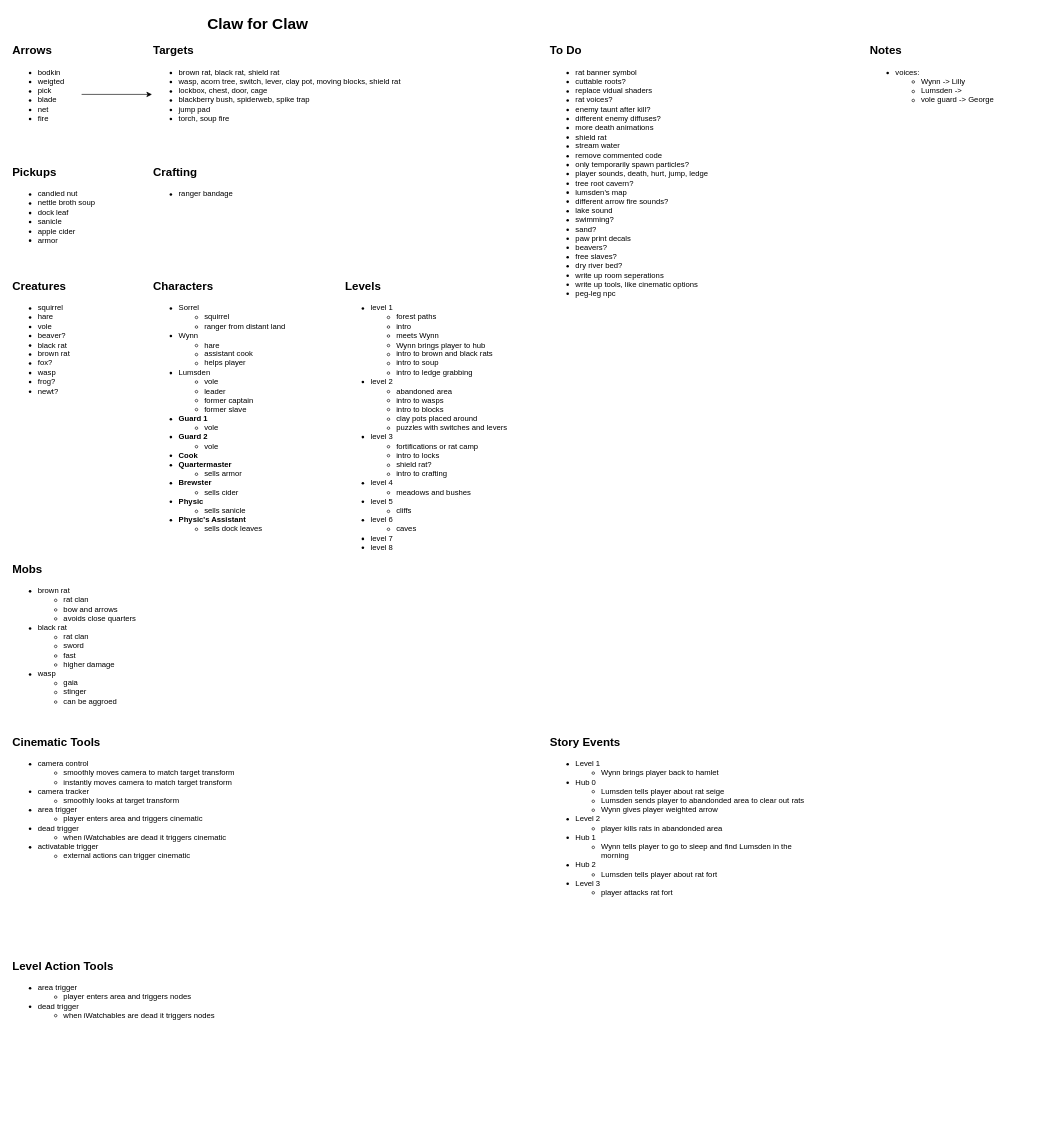
Earlier version of the draw.io diagram Planning/design-doc.drawio (camerondedore/Godot-Project-3). Source tidied: cells renumbered, new cells numbered last; positions are measured from the earlier drawing's top-left corner, leaving out a move shared by most shapes. Both pictures are drawn from the tidied source at 64%, with x=0, y=0 at pixel (11, 11).
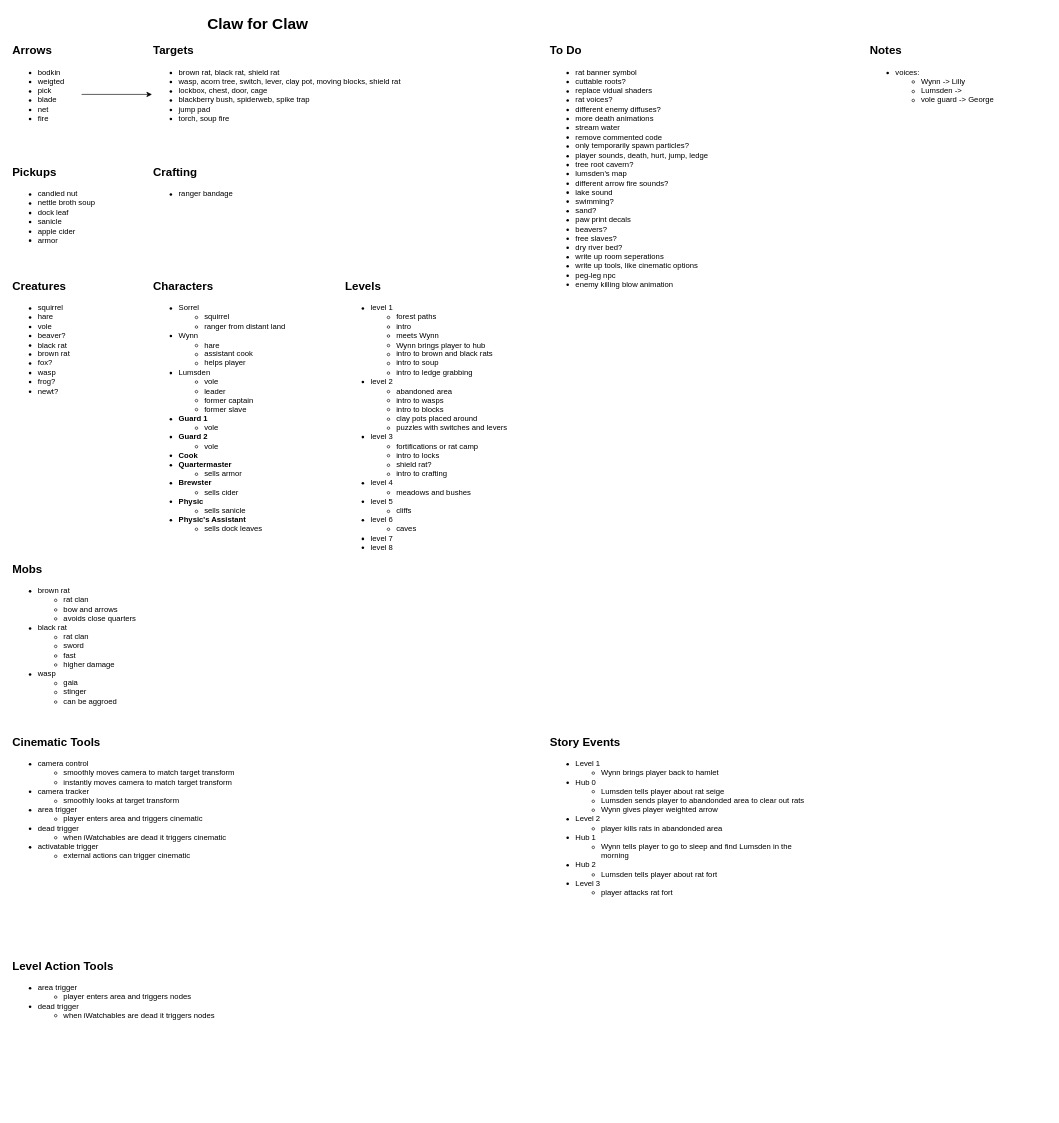
After the change.

Diff of the diagram source:
```diff
@@
-    <mxCell id="19" value="&lt;ul&gt;&lt;li&gt;rat banner symbol&lt;/li&gt;&lt;li&gt;cuttable roots?&lt;/li&gt;&lt;li&gt;replace vidual shaders&lt;/li&gt;&lt;li&gt;rat voices?&lt;/li&gt;&lt;li&gt;enemy taunt after kill?&lt;/li&gt;&lt;li&gt;different enemy diffuses?&lt;/li&gt;&lt;li&gt;more death animations&lt;/li&gt;&lt;li&gt;shield rat&lt;/li&gt;&lt;li&gt;stream water&lt;/li&gt;&lt;li&gt;remove commented code&lt;/li&gt;&lt;li&gt;only temporarily spawn particles?&lt;/li&gt;&lt;li&gt;player sounds, death, hurt, jump, ledge&lt;/li&gt;&lt;li&gt;tree root cavern?&lt;/li&gt;&lt;li&gt;lumsden's map&lt;/li&gt;&lt;li&gt;different arrow fire sounds?&lt;/li&gt;&lt;li&gt;lake sound&lt;/li&gt;&lt;li&gt;swimming?&lt;/li&gt;&lt;li&gt;sand?&lt;/li&gt;&lt;li&gt;paw print decals&lt;/li&gt;&lt;li&gt;beavers?&lt;/li&gt;&lt;li&gt;free slaves?&lt;/li&gt;&lt;li&gt;dry river bed?&lt;/li&gt;&lt;li&gt;write up room seperations&lt;/li&gt;&lt;li&gt;write up tools, like cinematic options&lt;/li&gt;&lt;li&gt;peg-leg npc&lt;/li&gt;&lt;/ul&gt;" style="text;html=1;align=left;verticalAlign=top;whiteSpace=wrap;rounded=0;" parent="1" vertex="1">
+    <mxCell id="19" value="&lt;ul&gt;&lt;li&gt;rat banner symbol&lt;/li&gt;&lt;li&gt;cuttable roots?&lt;/li&gt;&lt;li&gt;replace vidual shaders&lt;/li&gt;&lt;li&gt;rat voices?&lt;/li&gt;&lt;li&gt;different enemy diffuses?&lt;/li&gt;&lt;li&gt;more death animations&lt;/li&gt;&lt;li&gt;&lt;span style=&quot;background-color: transparent; color: light-dark(rgb(0, 0, 0), rgb(255, 255, 255));&quot;&gt;stream water&lt;/span&gt;&lt;br&gt;&lt;/li&gt;&lt;li&gt;remove commented code&lt;/li&gt;&lt;li&gt;only temporarily spawn particles?&lt;/li&gt;&lt;li&gt;player sounds, death, hurt, jump, ledge&lt;/li&gt;&lt;li&gt;tree root cavern?&lt;/li&gt;&lt;li&gt;lumsden's map&lt;/li&gt;&lt;li&gt;different arrow fire sounds?&lt;/li&gt;&lt;li&gt;lake sound&lt;/li&gt;&lt;li&gt;swimming?&lt;/li&gt;&lt;li&gt;sand?&lt;/li&gt;&lt;li&gt;paw print decals&lt;/li&gt;&lt;li&gt;beavers?&lt;/li&gt;&lt;li&gt;free slaves?&lt;/li&gt;&lt;li&gt;dry river bed?&lt;/li&gt;&lt;li&gt;write up room seperations&lt;/li&gt;&lt;li&gt;write up tools, like cinematic options&lt;/li&gt;&lt;li&gt;peg-leg npc&lt;/li&gt;&lt;li&gt;enemy killing blow animation&lt;/li&gt;&lt;/ul&gt;" style="text;html=1;align=left;verticalAlign=top;whiteSpace=wrap;rounded=0;" parent="1" vertex="1">
       <mxGeometry x="840" y="70" width="280" height="440" as="geometry" />
     </mxCell>
```
